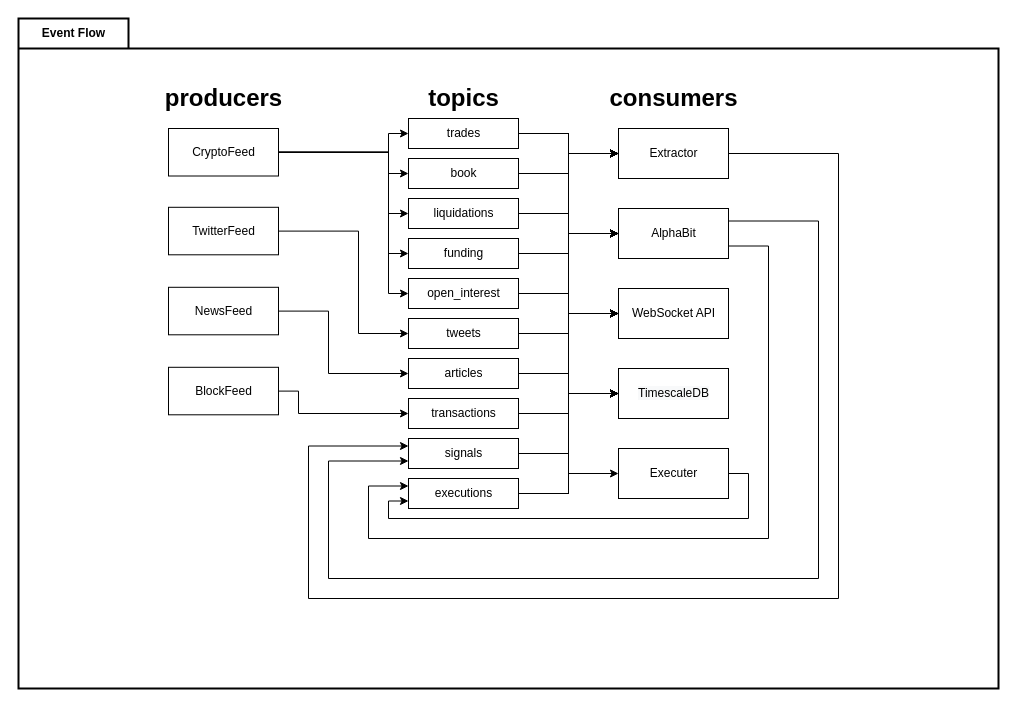
Above: Untitled Diagram.drawio in alphabit1/arbi (draw.io), before the change. Source tidied: cells renumbered, new cells numbered last; positions are measured from the earlier drawing's top-left corner, leaving out a move shared by most shapes. Both pictures are drawn from the tidied source at 100%, with x=0, y=0 at pixel (18, 18).
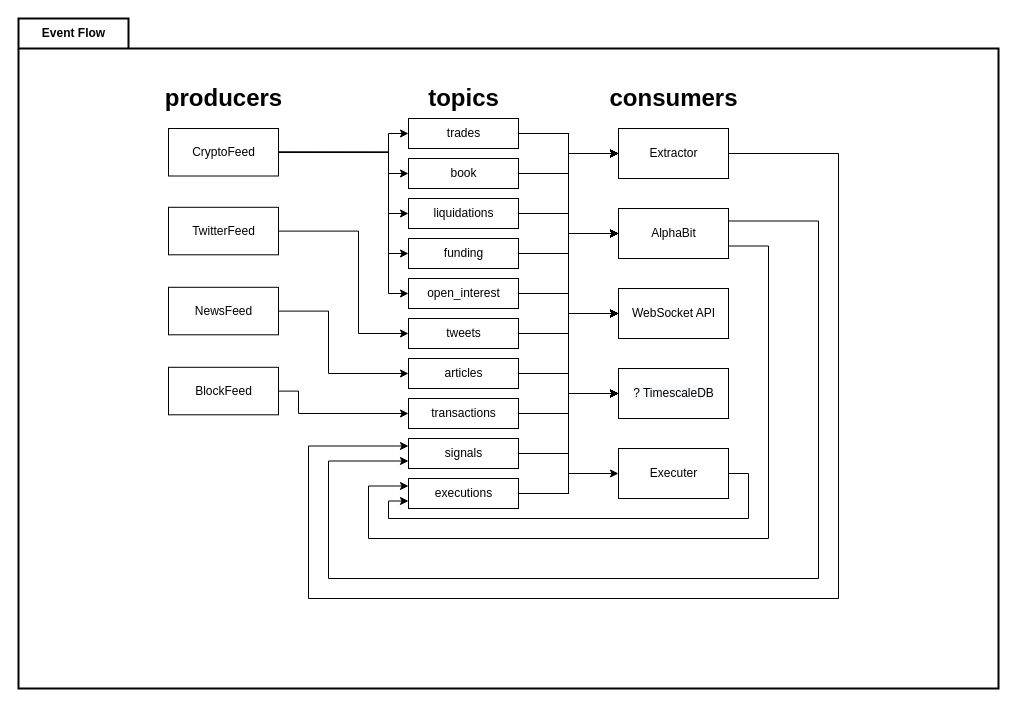
Above is the later version.

Unchanged cells that the change refers to:
```xml
<mxCell id="66" style="group;" parent="1" vertex="1">
  <mxGeometry x="600" y="110" width="110" height="370" as="geometry" />
</mxCell>
```

Change to the diagram source:
```diff
@@
-    <mxCell id="67" value="&lt;span style=&quot;color: rgb(0, 0, 0); font-family: helvetica; font-size: 12px; font-style: normal; font-weight: 400; letter-spacing: normal; text-align: center; text-indent: 0px; text-transform: none; word-spacing: 0px; background-color: rgb(248, 249, 250); display: inline; float: none;&quot;&gt;TimescaleDB&lt;/span&gt;" style="html=1;" parent="66" vertex="1">
+    <mxCell id="67" value="&lt;span style=&quot;color: rgb(0 , 0 , 0) ; font-family: &amp;#34;helvetica&amp;#34; ; font-size: 12px ; font-style: normal ; font-weight: 400 ; letter-spacing: normal ; text-align: center ; text-indent: 0px ; text-transform: none ; word-spacing: 0px ; background-color: rgb(248 , 249 , 250) ; display: inline ; float: none&quot;&gt;? TimescaleDB&lt;/span&gt;" style="html=1;" parent="66" vertex="1">
       <mxGeometry y="240" width="110" height="50" as="geometry" />
     </mxCell>
```
